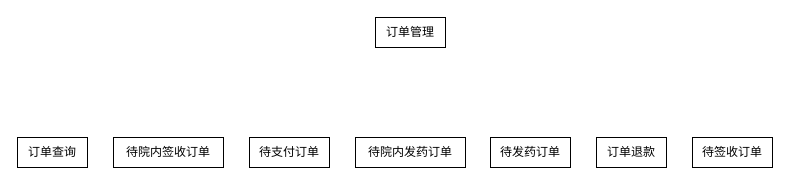
Before: 订单管理.drawio in denglt/diagrams, a draw.io diagram. Source tidied: cells renumbered, new cells numbered last; positions are measured from the earlier drawing's top-left corner, leaving out a move shared by most shapes. Both pictures are drawn from the tidied source at 100%, with x=0, y=0 at pixel (17, 17).
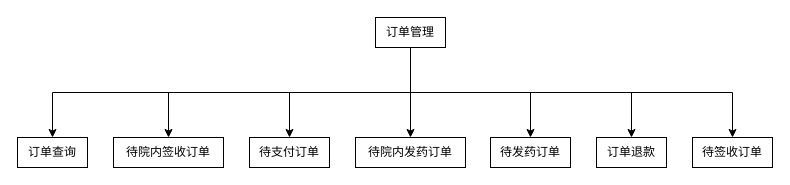
The same page after the edit.

Commit message (it also covers changes not shown here):
更新订单管理.drawio

What changed in the source:
```diff
@@
 <mxGraphModel>
   <root>
     <mxCell id="0" />
     <mxCell id="1" parent="0" />
     <mxCell id="2" value="订单管理" style="rounded=0;whiteSpace=wrap;html=1;" parent="1" vertex="1">
       <mxGeometry x="358" width="70" height="30" as="geometry" />
     </mxCell>
     <mxCell id="3" value="订单查询" style="whiteSpace=wrap;html=1;rounded=0;direction=west;" parent="1" vertex="1">
       <mxGeometry y="120" width="70" height="30" as="geometry" />
     </mxCell>
     <mxCell id="4" value="待支付订单" style="whiteSpace=wrap;html=1;" parent="1" vertex="1">
       <mxGeometry x="232" y="120" width="80" height="30" as="geometry" />
     </mxCell>
     <mxCell id="5" value="待发药订单" style="whiteSpace=wrap;html=1;" parent="1" vertex="1">
       <mxGeometry x="473" y="120" width="80" height="30" as="geometry" />
     </mxCell>
     <mxCell id="6" value="待院内签收订单" style="whiteSpace=wrap;html=1;" parent="1" vertex="1">
       <mxGeometry x="96" y="120" width="110" height="30" as="geometry" />
     </mxCell>
     <mxCell id="7" value="待院内发药订单" style="whiteSpace=wrap;html=1;" parent="1" vertex="1">
       <mxGeometry x="338" y="120" width="110" height="30" as="geometry" />
     </mxCell>
     <mxCell id="8" value="待签收订单" style="whiteSpace=wrap;html=1;" parent="1" vertex="1">
       <mxGeometry x="675" y="120" width="80" height="30" as="geometry" />
     </mxCell>
     <mxCell id="9" value="订单退款" style="whiteSpace=wrap;html=1;" parent="1" vertex="1">
       <mxGeometry x="579" y="120" width="70" height="30" as="geometry" />
     </mxCell>
+    <mxCell id="10" style="endArrow=classic;html=1;rounded=0;exitX=0.5;exitY=1;exitDx=0;exitDy=0;entryX=0.5;entryY=0;entryDx=0;entryDy=0;edgeStyle=orthogonalEdgeStyle;" parent="1" edge="1" source="2" target="4">
+      <mxGeometry relative="1" as="geometry" />
+    </mxCell>
+    <mxCell id="11" style="endArrow=classic;html=1;rounded=0;exitX=0.5;exitY=1;exitDx=0;exitDy=0;entryX=0.5;entryY=0;entryDx=0;entryDy=0;" parent="1" edge="1" source="2" target="7">
+      <mxGeometry relative="1" as="geometry" />
+    </mxCell>
+    <mxCell id="12" style="endArrow=classic;html=1;rounded=0;exitX=0.5;exitY=1;exitDx=0;exitDy=0;entryX=0.5;entryY=0;entryDx=0;entryDy=0;edgeStyle=orthogonalEdgeStyle;" parent="1" edge="1" source="2" target="5">
+      <mxGeometry relative="1" as="geometry" />
+    </mxCell>
+    <mxCell id="13" style="endArrow=classic;html=1;rounded=0;exitX=0.5;exitY=1;exitDx=0;exitDy=0;entryX=0.5;entryY=0;entryDx=0;entryDy=0;edgeStyle=orthogonalEdgeStyle;" parent="1" edge="1" source="2" target="6">
+      <mxGeometry relative="1" as="geometry" />
+    </mxCell>
+    <mxCell id="14" style="endArrow=classic;html=1;rounded=0;exitX=0.5;exitY=1;exitDx=0;exitDy=0;entryX=0.5;entryY=0;entryDx=0;entryDy=0;edgeStyle=orthogonalEdgeStyle;" parent="1" edge="1" source="2" target="9">
+      <mxGeometry relative="1" as="geometry" />
+    </mxCell>
+    <mxCell id="15" style="endArrow=classic;html=1;rounded=0;exitX=0.5;exitY=1;exitDx=0;exitDy=0;entryX=0.5;entryY=0;entryDx=0;entryDy=0;edgeStyle=orthogonalEdgeStyle;" parent="1" edge="1" source="2" target="8">
+      <mxGeometry relative="1" as="geometry" />
+    </mxCell>
+    <mxCell id="16" style="endArrow=classic;html=1;rounded=0;exitX=0.5;exitY=1;exitDx=0;exitDy=0;entryX=0.5;entryY=1;entryDx=0;entryDy=0;edgeStyle=orthogonalEdgeStyle;" parent="1" edge="1" source="2" target="3">
+      <mxGeometry relative="1" as="geometry" />
+    </mxCell>
   </root>
 </mxGraphModel>
```
